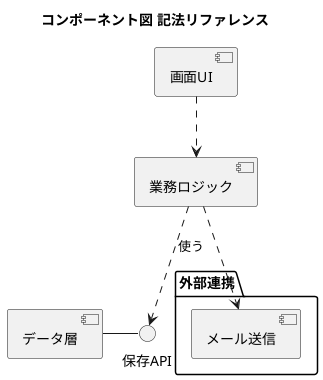
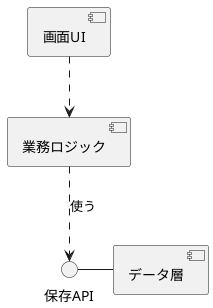
@startuml
- ' ============================================================
- '  コンポーネント図 記法リファレンス（「こう書くとこうなる」集）
- '  部品（モジュール）同士の接続を表す。※コメントは行頭の ' のみ。
- ' ============================================================
- title コンポーネント図 記法リファレンス
- 
- ' ▼ コンポーネント（部品）はこう： component [名前]  または [名前]
component [画面UI] as UI
component [業務ロジック] as Logic
- component [データ層] as Data
- 
- ' ▼ インタフェースはこう： interface "名前"
interface "保存API" as Save

- ' ▼ 提供インタフェース（lollipop ○）はこう： 部品 - IF
- Data - Save
- 
- ' ▼ 要求（使う側）はこう： 部品 ..> IF
+ ' 提供インタフェース(○)
+ Save - [データ層]
+ ' 要求(使う側)
Logic ..> Save : 使う
- 
- ' ▼ 部品同士の依存はこう： ..>
+ ' 依存
UI ..> Logic
- 
- ' ▼ まとめる枠はこう： package / node / cloud など
- package "外部連携" {
-   component [メール送信]
- }
- Logic ..> [メール送信]
- 
@enduml
